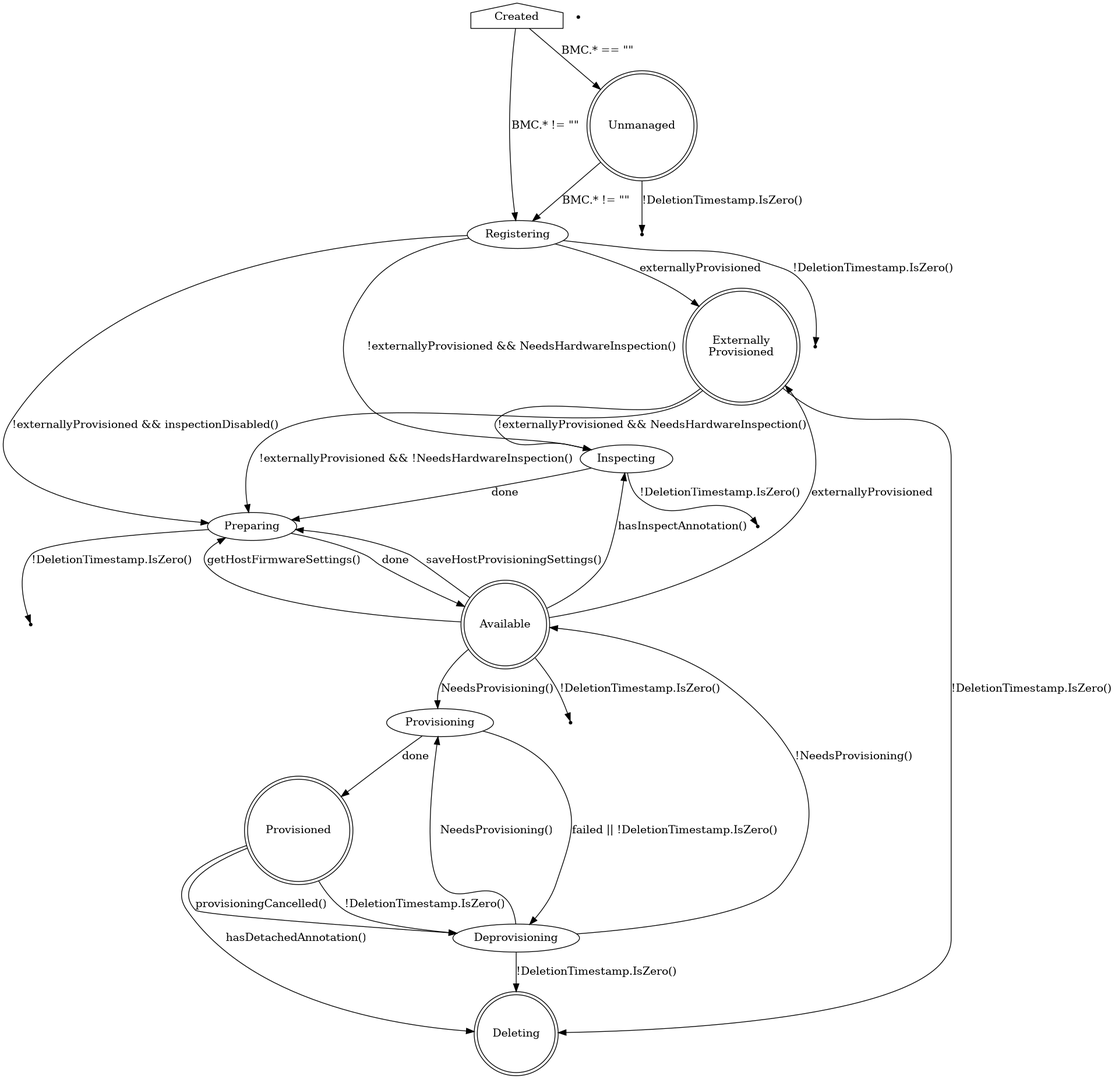
Earlier version of the Graphviz export docs/BaremetalHost_ProvisioningState.png (metal3-io/baremetal-operator). Its source is kept beside it as docs/BaremetalHost_ProvisioningState.dot.
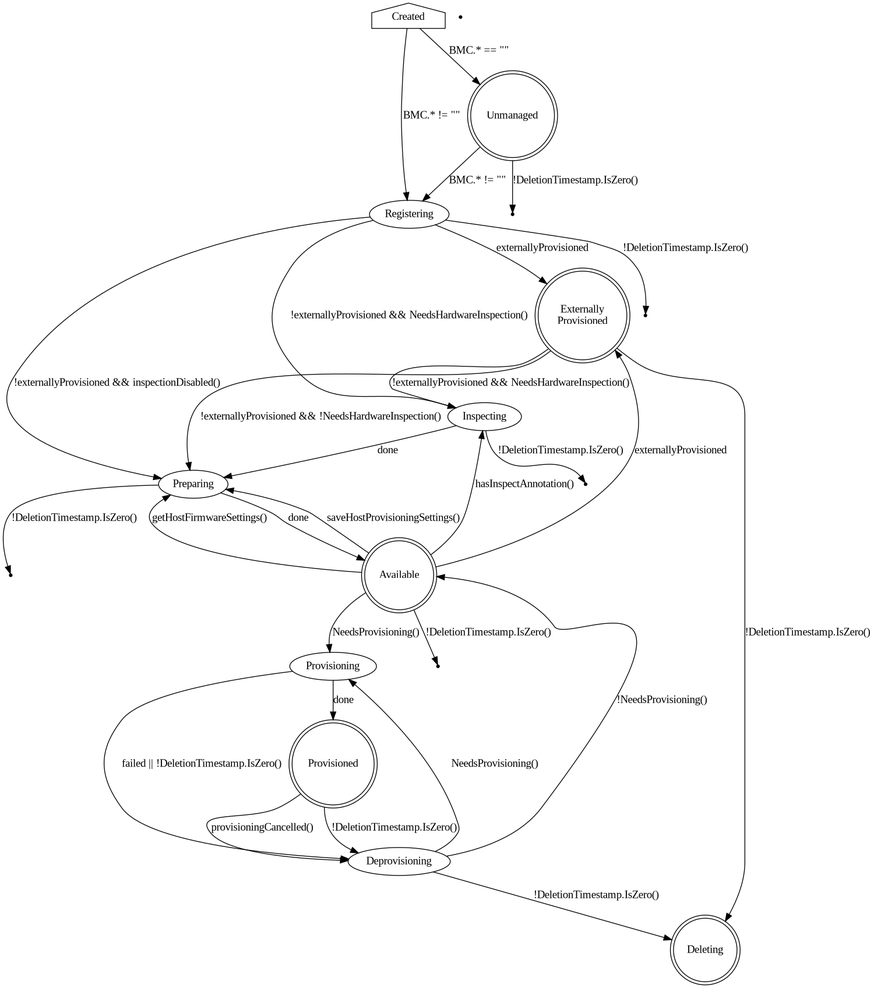
The same file after the commit.

Commit message:
docs: Remove erroneous state transition

Detaching a host doesn't change the provisioning status (only the
orthogonal operational status), so remove the graph edge suggesting that
the host transitions to Deleting, which it does not.

Change to the diagram source:
```diff
@@ -49,7 +49,6 @@
     Provisioned [shape=doublecircle]
     Provisioned -> Deprovisioning [label="provisioningCancelled()"]
     Provisioned -> Deprovisioning [label="!DeletionTimestamp.IsZero()"]
-    Provisioned -> Deleting [label="hasDetachedAnnotation()"]
 
     ExternallyProvisioned [shape=doublecircle]
     ExternallyProvisioned -> Deleting [label="!DeletionTimestamp.IsZero()"]
```
